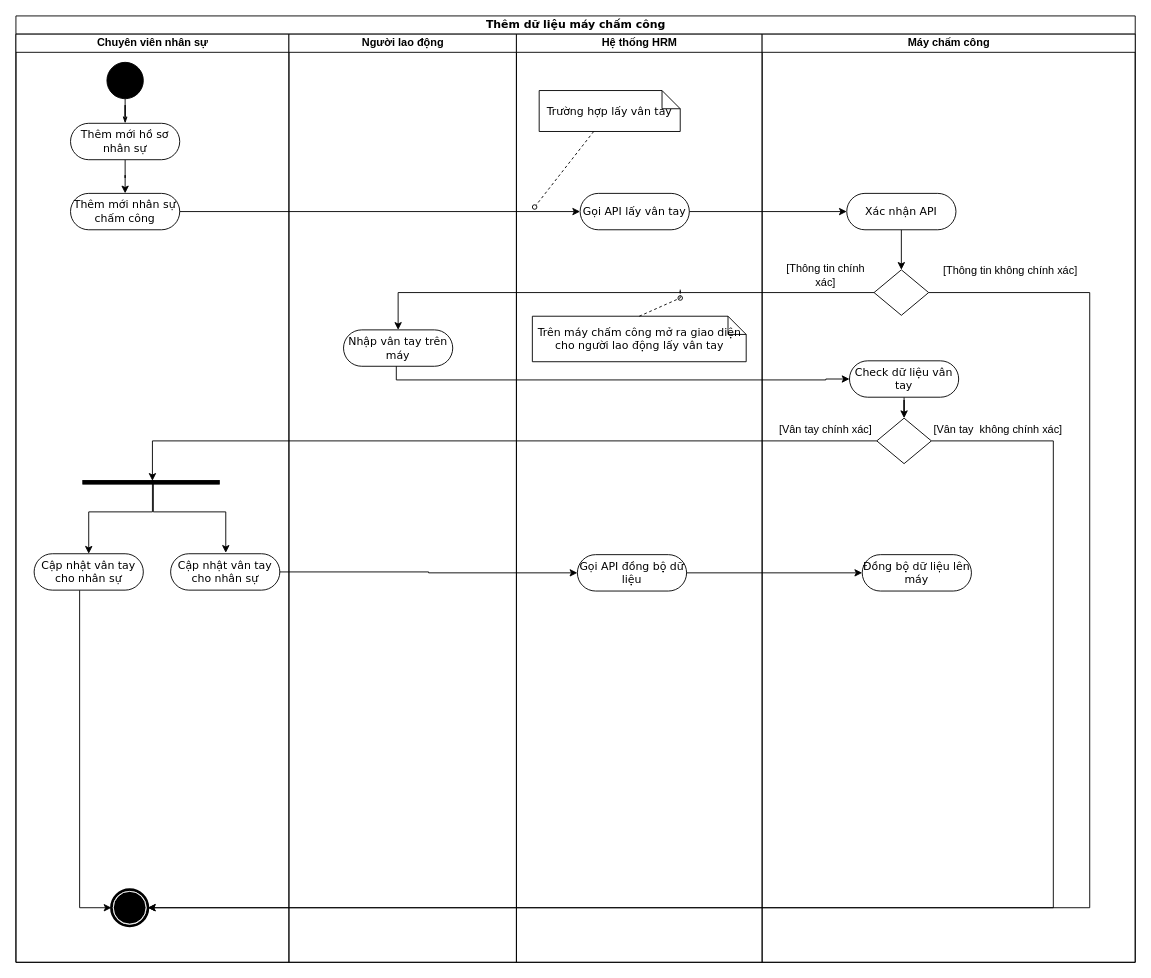
This is page "Add" (1 of 3) of Untitled Diagram.drawio from dungnm8/temp_follow, a draw.io file, before an edit. Source tidied: cells renumbered, new cells numbered last; positions are measured from the earlier drawing's top-left corner, leaving out a move shared by most shapes. Both pictures are drawn from the tidied source at 91%, with x=0, y=0 at pixel (15, 15).
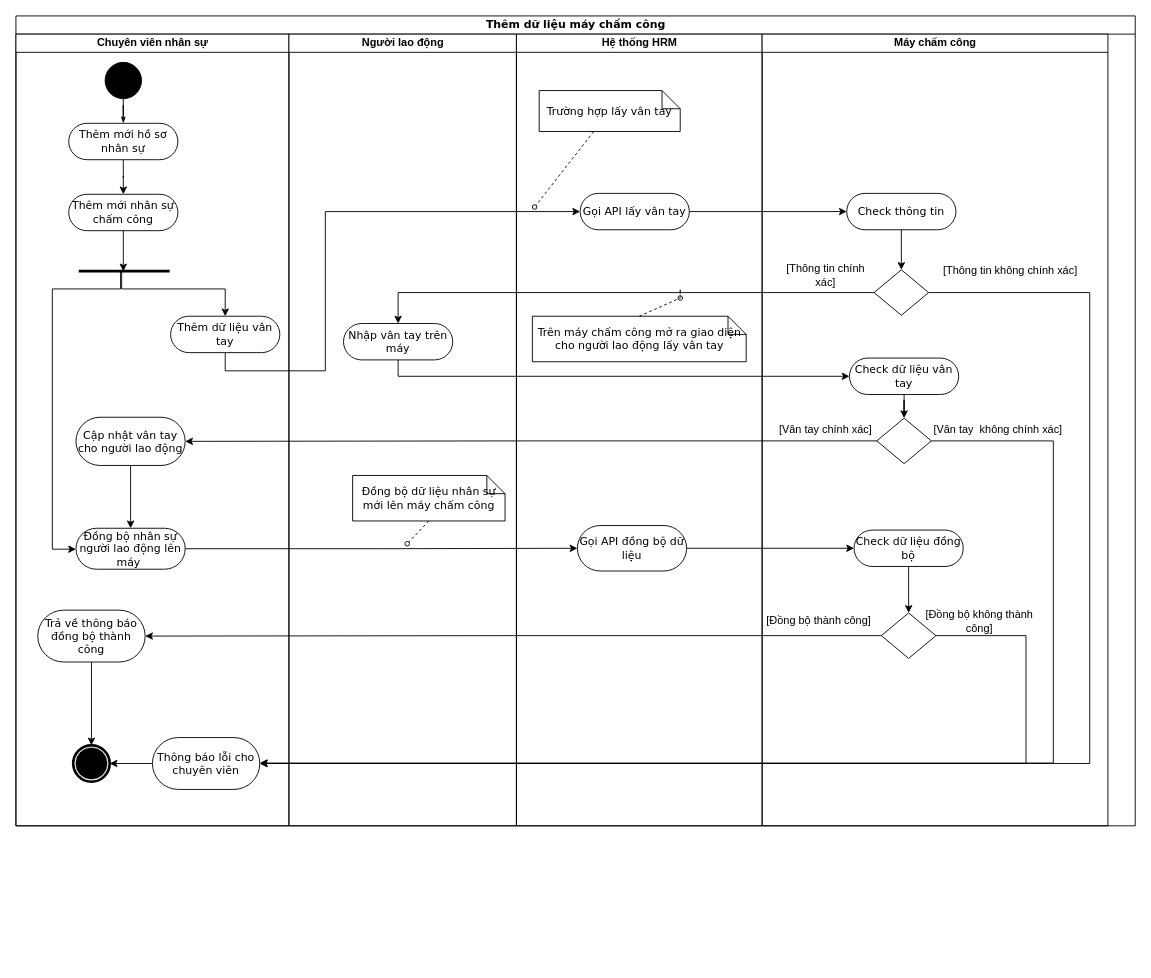
The same diagram, later.

The change refers to these unchanged cells:
```xml
<mxCell id="19" value="Gọi API lấy vân tay" style="rounded=1;whiteSpace=wrap;html=1;shadow=0;comic=0;labelBackgroundColor=none;strokeWidth=1;fontFamily=Verdana;fontSize=12;align=center;arcSize=50;" parent="18" vertex="1">
  <mxGeometry x="70" y="175" width="120" height="40" as="geometry" />
</mxCell>
<mxCell id="35" style="rhombus;whiteSpace=wrap;html=1;" parent="32" vertex="1">
  <mxGeometry x="123" y="259" width="60" height="50" as="geometry" />
</mxCell>
<mxCell id="40" style="rhombus;whiteSpace=wrap;html=1;" parent="32" vertex="1">
  <mxGeometry x="126" y="422" width="60" height="50" as="geometry" />
</mxCell>
```

Change to the diagram source:
```diff
@@
     <mxCell id="2" value="Thêm dữ liệu máy chấm công" style="swimlane;html=1;startSize=20;rounded=0;shadow=0;comic=0;labelBackgroundColor=none;strokeWidth=1;fontFamily=Verdana;fontSize=12;align=center;" parent="1" vertex="1">
-      <mxGeometry width="1230" height="1040" as="geometry" />
+      <mxGeometry width="1230" height="890" as="geometry" />
     </mxCell>
     <mxCell id="3" value="Chuyên viên nhân sự" style="swimlane;html=1;startSize=20;" parent="2" vertex="1">
-      <mxGeometry y="20" width="300" height="1020" as="geometry" />
+      <mxGeometry y="20" width="300" height="870" as="geometry" />
     </mxCell>
     <mxCell id="4" style="ellipse;whiteSpace=wrap;html=1;rounded=0;shadow=0;comic=0;labelBackgroundColor=none;strokeWidth=1;fillColor=#000000;fontFamily=Verdana;fontSize=12;align=center;" parent="3" vertex="1">
-      <mxGeometry x="100" y="31" width="40" height="40" as="geometry" />
+      <mxGeometry x="98" y="31" width="40" height="40" as="geometry" />
     </mxCell>
@@
     <mxCell id="6" value="Thêm mới hồ sơ nhân sự" style="rounded=1;whiteSpace=wrap;html=1;shadow=0;comic=0;labelBackgroundColor=none;strokeWidth=1;fontFamily=Verdana;fontSize=12;align=center;arcSize=50;" parent="3" vertex="1">
-      <mxGeometry x="60" y="98" width="120" height="40" as="geometry" />
+      <mxGeometry x="58" y="98" width="120" height="40" as="geometry" />
     </mxCell>
@@
+    <mxCell id="46" style="edgeStyle=orthogonalEdgeStyle;rounded=0;jettySize=auto;html=1;entryX=0.49;entryY=0.714;entryDx=0;entryDy=0;entryPerimeter=0;labelBackgroundColor=none;labelBorderColor=none;" parent="3" edge="1" source="8" target="55">
+      <mxGeometry relative="1" as="geometry" />
+    </mxCell>
     <mxCell id="8" value="Thêm mới nhân sự chấm công" style="rounded=1;whiteSpace=wrap;html=1;shadow=0;comic=0;labelBackgroundColor=none;strokeWidth=1;fontFamily=Verdana;fontSize=12;align=center;arcSize=50;" parent="3" vertex="1">
-      <mxGeometry x="60" y="175" width="120" height="40" as="geometry" />
+      <mxGeometry x="58" y="176" width="120" height="40" as="geometry" />
     </mxCell>
     <mxCell id="9" style="shape=mxgraph.bpmn.shape;html=1;verticalLabelPosition=bottom;labelBackgroundColor=#ffffff;verticalAlign=top;perimeter=ellipsePerimeter;outline=end;symbol=terminate;rounded=0;shadow=0;comic=0;strokeWidth=1;fontFamily=Verdana;fontSize=12;align=center;" parent="3" vertex="1">
-      <mxGeometry x="105" y="940" width="40" height="40" as="geometry" />
+      <mxGeometry x="63" y="781.5" width="40" height="40" as="geometry" />
     </mxCell>
-    <mxCell id="10" style="html=1;points=[];perimeter=orthogonalPerimeter;rotation=-90;fillColor=#000000;" parent="3" vertex="1">
-      <mxGeometry x="146.5" y="417.5" width="4" height="150" as="geometry" />
-    </mxCell>
-    <mxCell id="11" style="edgeStyle=orthogonalEdgeStyle;rounded=0;jettySize=auto;html=1;" parent="3" edge="1" source="12" target="9">
-      <mxGeometry relative="1" as="geometry">
-        <Array as="points">
-          <mxPoint x="70" y="960" />
-        </Array>
-      </mxGeometry>
-    </mxCell>
-    <mxCell id="12" value="Cập nhật vân tay cho nhân sự" style="rounded=1;whiteSpace=wrap;html=1;shadow=0;comic=0;labelBackgroundColor=none;strokeWidth=1;fontFamily=Verdana;fontSize=12;align=center;arcSize=50;" parent="3" vertex="1">
-      <mxGeometry x="20" y="571" width="120" height="40" as="geometry" />
-    </mxCell>
-    <mxCell id="13" value="Cập nhật vân tay cho nhân sự" style="rounded=1;whiteSpace=wrap;html=1;shadow=0;comic=0;labelBackgroundColor=none;strokeWidth=1;fontFamily=Verdana;fontSize=12;align=center;arcSize=50;" parent="3" vertex="1">
-      <mxGeometry x="170" y="571" width="120" height="40" as="geometry" />
+    <mxCell id="13" value="Đồng bộ nhân sự người lao động lên máy&amp;nbsp;" style="rounded=1;whiteSpace=wrap;html=1;shadow=0;comic=0;labelBackgroundColor=none;strokeWidth=1;fontFamily=Verdana;fontSize=12;align=center;arcSize=50;" parent="3" vertex="1">
+      <mxGeometry x="66" y="543" width="120" height="45" as="geometry" />
     </mxCell>
-    <mxCell id="14" style="edgeStyle=orthogonalEdgeStyle;rounded=0;orthogonalLoop=1;jettySize=auto;html=1;entryX=0.5;entryY=0;entryDx=0;entryDy=0;" parent="3" edge="1">
-      <mxGeometry relative="1" as="geometry">
-        <mxPoint x="151" y="490" as="sourcePoint" />
-        <mxPoint x="230.6" y="570" as="targetPoint" />
-        <Array as="points">
-          <mxPoint x="150.6" y="525" />
-          <mxPoint x="230.6" y="525" />
-        </Array>
-      </mxGeometry>
-    </mxCell>
-    <mxCell id="15" style="edgeStyle=orthogonalEdgeStyle;rounded=0;jettySize=auto;html=1;entryX=0.5;entryY=0;entryDx=0;entryDy=0;" parent="3" edge="1" target="12">
-      <mxGeometry relative="1" as="geometry">
-        <mxPoint x="150" y="490" as="sourcePoint" />
-        <Array as="points">
-          <mxPoint x="150" y="490" />
-          <mxPoint x="150" y="525" />
-          <mxPoint x="80" y="525" />
-        </Array>
-      </mxGeometry>
-    </mxCell>
+    <mxCell id="47" style="edgeStyle=orthogonalEdgeStyle;rounded=0;jettySize=auto;html=1;" parent="3" edge="1" source="48" target="9">
+      <mxGeometry relative="1" as="geometry" />
+    </mxCell>
+    <mxCell id="48" value="Trả về thông báo đồng bộ thành công" style="rounded=1;whiteSpace=wrap;html=1;shadow=0;comic=0;labelBackgroundColor=none;strokeWidth=1;fontFamily=Verdana;fontSize=12;align=center;arcSize=50;" parent="3" vertex="1">
+      <mxGeometry x="24" y="633" width="118" height="57" as="geometry" />
+    </mxCell>
+    <mxCell id="49" style="edgeStyle=orthogonalEdgeStyle;rounded=0;jettySize=auto;html=1;" parent="3" edge="1" source="50" target="13">
+      <mxGeometry relative="1" as="geometry" />
+    </mxCell>
+    <mxCell id="50" value="Cập nhật vân tay cho người lao động" style="rounded=1;whiteSpace=wrap;html=1;shadow=0;comic=0;labelBackgroundColor=none;strokeWidth=1;fontFamily=Verdana;fontSize=12;align=center;arcSize=50;" parent="3" vertex="1">
+      <mxGeometry x="66" y="421" width="120" height="53" as="geometry" />
+    </mxCell>
+    <mxCell id="51" style="edgeStyle=orthogonalEdgeStyle;rounded=0;jettySize=auto;html=1;entryX=1;entryY=0.5;entryDx=0;entryDy=0;" parent="3" edge="1" source="52" target="9">
+      <mxGeometry relative="1" as="geometry" />
+    </mxCell>
+    <mxCell id="52" value="Thông báo lỗi cho chuyên viên" style="rounded=1;whiteSpace=wrap;html=1;shadow=0;comic=0;labelBackgroundColor=none;strokeWidth=1;fontFamily=Verdana;fontSize=12;align=center;arcSize=50;" parent="3" vertex="1">
+      <mxGeometry x="150" y="773" width="118" height="57" as="geometry" />
+    </mxCell>
+    <mxCell id="53" style="edgeStyle=orthogonalEdgeStyle;rounded=0;jettySize=auto;html=1;labelBackgroundColor=none;labelBorderColor=none;exitX=0.472;exitY=0.485;exitDx=0;exitDy=0;exitPerimeter=0;" parent="3" edge="1" source="55" target="56">
+      <mxGeometry relative="1" as="geometry">
+        <Array as="points">
+          <mxPoint x="117" y="280" />
+          <mxPoint x="230" y="280" />
+        </Array>
+      </mxGeometry>
+    </mxCell>
+    <mxCell id="54" style="edgeStyle=orthogonalEdgeStyle;rounded=0;jettySize=auto;html=1;labelBackgroundColor=none;labelBorderColor=none;exitX=0.445;exitY=1;exitDx=0;exitDy=0;exitPerimeter=0;" parent="3" edge="1" source="55" target="13">
+      <mxGeometry relative="1" as="geometry">
+        <Array as="points">
+          <mxPoint x="115" y="280" />
+          <mxPoint x="40" y="280" />
+          <mxPoint x="40" y="566" />
+        </Array>
+      </mxGeometry>
+    </mxCell>
+    <mxCell id="55" style="line;strokeWidth=3;fillColor=none;align=left;verticalAlign=middle;spacingTop=-1;spacingLeft=3;spacingRight=3;labelPosition=right;points=[];portConstraint=eastwest;" parent="3" vertex="1">
+      <mxGeometry x="69" y="260" width="100" height="1" as="geometry" />
+    </mxCell>
+    <mxCell id="56" value="Thêm dữ liệu vân tay" style="rounded=1;whiteSpace=wrap;html=1;shadow=0;comic=0;labelBackgroundColor=none;strokeWidth=1;fontFamily=Verdana;fontSize=12;align=center;arcSize=50;" parent="3" vertex="1">
+      <mxGeometry x="170" y="310" width="120" height="40" as="geometry" />
+    </mxCell>
     <mxCell id="16" value="Người lao động" style="swimlane;html=1;startSize=20;" parent="2" vertex="1">
-      <mxGeometry x="300" y="20" width="250" height="1020" as="geometry" />
+      <mxGeometry x="300" y="20" width="250" height="870" as="geometry" />
     </mxCell>
     <mxCell id="17" value="Nhập vân tay trên máy" style="rounded=1;whiteSpace=wrap;html=1;shadow=0;comic=0;labelBackgroundColor=none;strokeWidth=1;fontFamily=Verdana;fontSize=12;align=center;arcSize=50;" parent="16" vertex="1">
-      <mxGeometry x="60" y="325" width="120" height="40" as="geometry" />
+      <mxGeometry x="60" y="318" width="120" height="40" as="geometry" />
     </mxCell>
+    <mxCell id="57" value="Đồng bộ dữ liệu nhân sự &lt;br&gt;mới lên máy chấm công" style="shape=note;whiteSpace=wrap;html=1;rounded=0;shadow=0;comic=0;labelBackgroundColor=none;strokeWidth=1;fontFamily=Verdana;fontSize=12;align=center;size=20;" parent="16" vertex="1">
+      <mxGeometry x="70" y="485" width="167.5" height="50" as="geometry" />
+    </mxCell>
     <mxCell id="18" value="Hệ thống HRM" style="swimlane;html=1;startSize=20;" parent="2" vertex="1">
-      <mxGeometry x="550" y="20" width="270" height="1020" as="geometry" />
+      <mxGeometry x="550" y="20" width="270" height="870" as="geometry" />
     </mxCell>
@@
     <mxCell id="22" value="Gọi API đồng bộ dữ liệu" style="rounded=1;whiteSpace=wrap;html=1;shadow=0;comic=0;labelBackgroundColor=none;strokeWidth=1;fontFamily=Verdana;fontSize=12;align=center;arcSize=50;" parent="18" vertex="1">
-      <mxGeometry x="67" y="572" width="120" height="40" as="geometry" />
+      <mxGeometry x="67" y="540" width="120" height="50" as="geometry" />
     </mxCell>
-    <mxCell id="23" style="edgeStyle=orthogonalEdgeStyle;rounded=0;jettySize=auto;html=1;entryX=0;entryY=0.5;entryDx=0;entryDy=0;" parent="2" edge="1" source="8" target="19">
-      <mxGeometry relative="1" as="geometry" />
+    <mxCell id="23" style="edgeStyle=orthogonalEdgeStyle;rounded=0;jettySize=auto;html=1;entryX=0;entryY=0.5;entryDx=0;entryDy=0;exitX=0.5;exitY=1;exitDx=0;exitDy=0;" parent="2" edge="1" source="56" target="19">
+      <mxGeometry relative="1" as="geometry">
+        <Array as="points">
+          <mxPoint x="230" y="390" />
+          <mxPoint x="340" y="390" />
+          <mxPoint x="340" y="215" />
+        </Array>
+      </mxGeometry>
     </mxCell>
@@
-    <mxCell id="26" style="edgeStyle=orthogonalEdgeStyle;rounded=0;jettySize=auto;html=1;entryX=1;entryY=0.5;entryDx=0;entryDy=0;exitX=1;exitY=0.5;exitDx=0;exitDy=0;" parent="2" edge="1" source="35" target="9">
-      <mxGeometry relative="1" as="geometry">
-        <Array as="points">
-          <mxPoint x="1180" y="304" />
-          <mxPoint x="1180" y="980" />
-        </Array>
-      </mxGeometry>
-    </mxCell>
-    <mxCell id="27" style="edgeStyle=orthogonalEdgeStyle;rounded=0;jettySize=auto;html=1;entryX=0;entryY=0.5;entryDx=0;entryDy=0;exitX=0.5;exitY=1;exitDx=0;exitDy=0;" parent="2" edge="1" target="39">
-      <mxGeometry relative="1" as="geometry">
-        <mxPoint x="418" y="385" as="sourcePoint" />
-        <Array as="points">
-          <mxPoint x="418" y="400" />
-          <mxPoint x="890" y="400" />
-          <mxPoint x="916" y="399" />
-        </Array>
-      </mxGeometry>
-    </mxCell>
-    <mxCell id="28" style="edgeStyle=orthogonalEdgeStyle;rounded=0;jettySize=auto;html=1;entryX=0.9;entryY=0.51;entryDx=0;entryDy=0;entryPerimeter=0;" parent="2" edge="1" source="40" target="10">
+    <mxCell id="28" style="edgeStyle=orthogonalEdgeStyle;rounded=0;jettySize=auto;html=1;" parent="2" edge="1" source="40" target="50">
       <mxGeometry relative="1" as="geometry" />
     </mxCell>
-    <mxCell id="29" style="edgeStyle=orthogonalEdgeStyle;rounded=0;jettySize=auto;html=1;entryX=1;entryY=0.5;entryDx=0;entryDy=0;exitX=1;exitY=0.5;exitDx=0;exitDy=0;" parent="2" edge="1" source="40" target="9">
+    <mxCell id="29" style="edgeStyle=orthogonalEdgeStyle;rounded=0;jettySize=auto;html=1;exitX=1;exitY=0.5;exitDx=0;exitDy=0;" parent="2" edge="1" source="40">
       <mxGeometry relative="1" as="geometry">
+        <mxPoint x="268" y="821" as="targetPoint" />
         <Array as="points">
           <mxPoint x="1140" y="467" />
-          <mxPoint x="1140" y="980" />
+          <mxPoint x="1140" y="821" />
+          <mxPoint x="268" y="821" />
         </Array>
       </mxGeometry>
     </mxCell>
@@
     <mxCell id="32" value="Máy chấm công" style="swimlane;html=1;startSize=20;" parent="2" vertex="1">
-      <mxGeometry x="820" y="20" width="410" height="1020" as="geometry" />
+      <mxGeometry x="820" y="20" width="380" height="870" as="geometry" />
     </mxCell>
@@
-    <mxCell id="34" value="Xác nhận API" style="rounded=1;whiteSpace=wrap;html=1;shadow=0;comic=0;labelBackgroundColor=none;strokeWidth=1;fontFamily=Verdana;fontSize=12;align=center;arcSize=50;" parent="32" vertex="1">
+    <mxCell id="34" value="Check thông tin" style="rounded=1;whiteSpace=wrap;html=1;shadow=0;comic=0;labelBackgroundColor=none;strokeWidth=1;fontFamily=Verdana;fontSize=12;align=center;arcSize=50;" parent="32" vertex="1">
       <mxGeometry x="93" y="175" width="120" height="40" as="geometry" />
     </mxCell>
@@
     <mxCell id="39" value="Check dữ liệu vân tay" style="rounded=1;whiteSpace=wrap;html=1;shadow=0;comic=0;labelBackgroundColor=none;strokeWidth=1;fontFamily=Verdana;fontSize=12;align=center;arcSize=50;" parent="32" vertex="1">
-      <mxGeometry x="96" y="359" width="120" height="40" as="geometry" />
+      <mxGeometry x="96" y="356" width="120" height="40" as="geometry" />
     </mxCell>
@@
+    <mxCell id="58" style="edgeStyle=orthogonalEdgeStyle;rounded=0;jettySize=auto;html=1;" parent="32" edge="1" source="41" target="59">
+      <mxGeometry relative="1" as="geometry" />
+    </mxCell>
-    <mxCell id="41" value="Đồng bộ dữ liệu lên máy" style="rounded=1;whiteSpace=wrap;html=1;shadow=0;comic=0;labelBackgroundColor=none;strokeWidth=1;fontFamily=Verdana;fontSize=12;align=center;arcSize=50;" parent="32" vertex="1">
-      <mxGeometry x="110" y="572" width="120" height="40" as="geometry" />
+    <mxCell id="41" value="Check dữ liệu đồng bộ" style="rounded=1;whiteSpace=wrap;html=1;shadow=0;comic=0;labelBackgroundColor=none;strokeWidth=1;fontFamily=Verdana;fontSize=12;align=center;arcSize=50;" parent="32" vertex="1">
+      <mxGeometry x="101" y="545" width="120" height="40" as="geometry" />
     </mxCell>
@@
+    <mxCell id="59" style="rhombus;whiteSpace=wrap;html=1;" parent="32" vertex="1">
+      <mxGeometry x="131" y="636" width="60" height="50" as="geometry" />
+    </mxCell>
+    <mxCell id="60" value="[Đồng bộ thành công]" style="text;html=1;strokeColor=none;fillColor=none;align=center;verticalAlign=middle;whiteSpace=wrap;rounded=0;" parent="32" vertex="1">
+      <mxGeometry y="630" width="125" height="30" as="geometry" />
+    </mxCell>
+    <mxCell id="61" value="[Đồng bộ không thành công]" style="text;html=1;strokeColor=none;fillColor=none;align=center;verticalAlign=middle;whiteSpace=wrap;rounded=0;" parent="32" vertex="1">
+      <mxGeometry x="170" y="630" width="138" height="30" as="geometry" />
+    </mxCell>
+    <mxCell id="62" style="edgeStyle=orthogonalEdgeStyle;rounded=0;jettySize=auto;html=1;exitX=0;exitY=0.5;exitDx=0;exitDy=0;entryX=1;entryY=0.5;entryDx=0;entryDy=0;" parent="2" edge="1" source="59" target="48">
+      <mxGeometry relative="1" as="geometry" />
+    </mxCell>
+    <mxCell id="63" style="edgeStyle=orthogonalEdgeStyle;rounded=0;jettySize=auto;html=1;entryX=0;entryY=0.5;entryDx=0;entryDy=0;" parent="2" edge="1" source="17" target="39">
+      <mxGeometry relative="1" as="geometry">
+        <Array as="points">
+          <mxPoint x="420" y="396" />
+        </Array>
+      </mxGeometry>
+    </mxCell>
+    <mxCell id="64" style="edgeStyle=orthogonalEdgeStyle;rounded=0;jettySize=auto;html=1;entryX=1;entryY=0.5;entryDx=0;entryDy=0;exitX=1;exitY=0.5;exitDx=0;exitDy=0;" parent="2" edge="1" source="59" target="52">
+      <mxGeometry relative="1" as="geometry">
+        <Array as="points">
+          <mxPoint x="1110" y="681" />
+          <mxPoint x="1110" y="821" />
+        </Array>
+      </mxGeometry>
+    </mxCell>
+    <mxCell id="65" style="edgeStyle=orthogonalEdgeStyle;rounded=0;jettySize=auto;html=1;entryX=1;entryY=0.5;entryDx=0;entryDy=0;" parent="2" edge="1" source="35" target="52">
+      <mxGeometry relative="1" as="geometry">
+        <Array as="points">
+          <mxPoint x="1180" y="304" />
+          <mxPoint x="1180" y="822" />
+        </Array>
+      </mxGeometry>
+    </mxCell>
@@
+    <mxCell id="66" style="edgeStyle=none;rounded=0;html=1;dashed=1;labelBackgroundColor=none;startArrow=none;startFill=0;startSize=5;endArrow=oval;endFill=0;endSize=5;jettySize=auto;strokeWidth=1;fontFamily=Verdana;fontSize=12;exitX=0.5;exitY=1;exitDx=0;exitDy=0;exitPerimeter=0;" parent="1" edge="1" source="57">
+      <mxGeometry relative="1" as="geometry">
+        <mxPoint x="430" y="580" as="targetPoint" />
+      </mxGeometry>
+    </mxCell>
```
